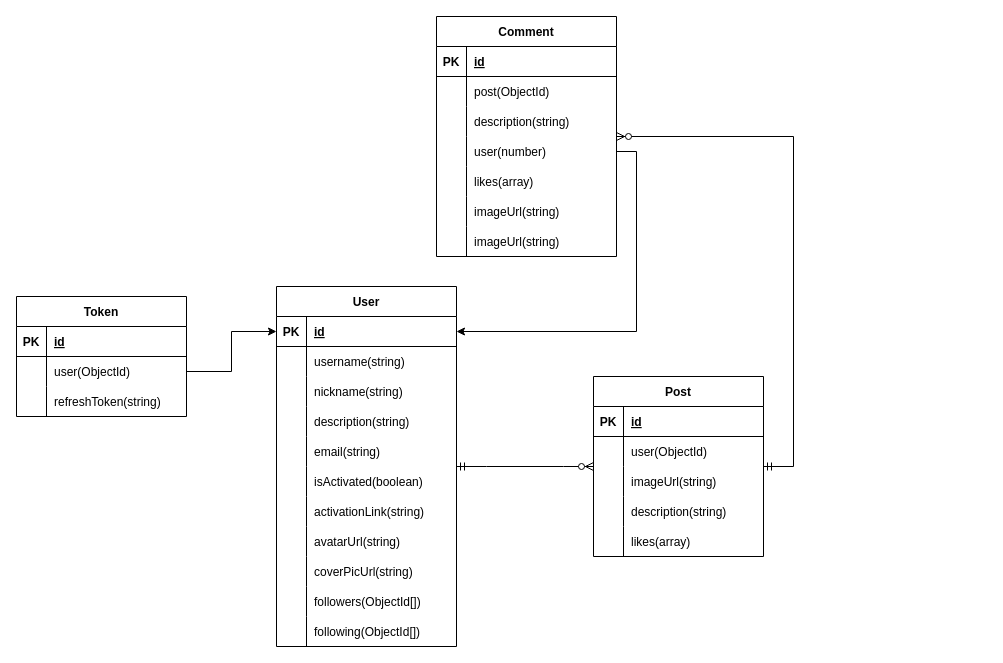
The draw.io diagram Untitled Diagram.drawio in TomiokaGiyuuu/youme, before the edit. Source tidied: cells renumbered, new cells numbered last; positions are measured from the earlier drawing's top-left corner, leaving out a move shared by most shapes. Both pictures are drawn from the tidied source at 100%, with x=0, y=0 at pixel (16, 16).
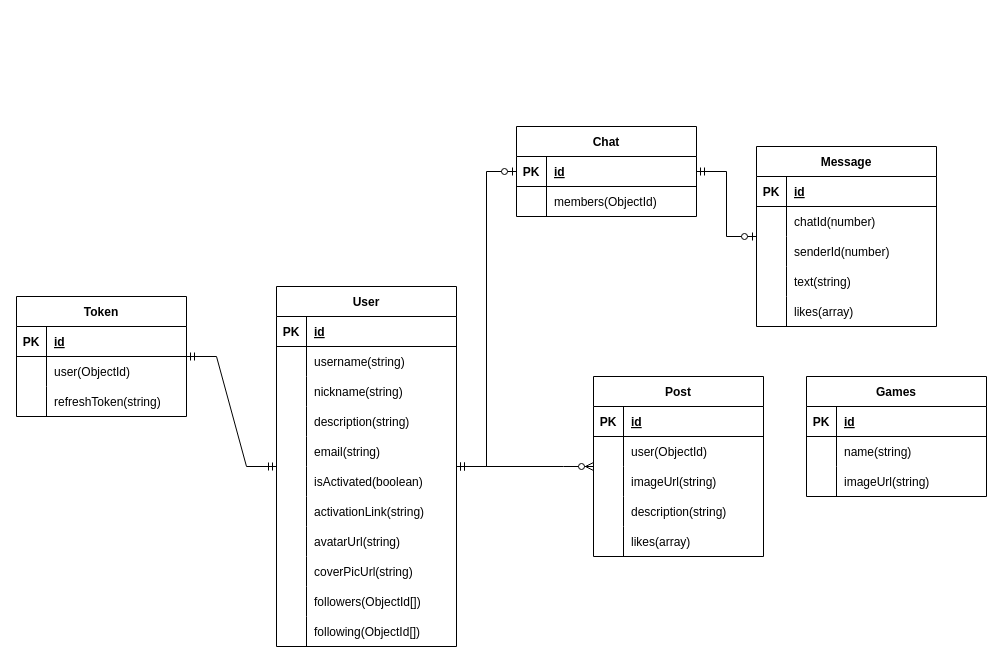
The same page after the edit.

Unchanged cells that the change refers to:
```xml
<mxCell id="2" value="User" style="shape=table;startSize=30;childLayout=tableLayout;rowLines=0;fontStyle=1;align=center;" parent="1" vertex="1">
  <mxGeometry x="260" y="270" width="180" height="360" as="geometry" />
</mxCell>
<mxCell id="3" style="shape=tableRow;horizontal=0;startSize=0;swimlaneHead=0;swimlaneBody=0;fillColor=none;points=[[0,0.5],[1,0.5]];portConstraint=eastwest;top=0;left=0;right=0;bottom=1;" parent="2" vertex="1">
  <mxGeometry y="30" width="180" height="30" as="geometry" />
</mxCell>
<mxCell id="36" value="Token" style="shape=table;startSize=30;childLayout=tableLayout;rowLines=0;fontStyle=1;align=center;" parent="1" vertex="1">
  <mxGeometry y="280" width="170" height="120" as="geometry" />
</mxCell>
<mxCell id="40" style="shape=tableRow;horizontal=0;startSize=0;swimlaneHead=0;swimlaneBody=0;fillColor=none;points=[[0,0.5],[1,0.5]];portConstraint=eastwest;top=0;left=0;right=0;bottom=0;" parent="36" vertex="1">
  <mxGeometry y="60" width="170" height="30" as="geometry" />
</mxCell>
<mxCell id="46" value="Post" style="shape=table;startSize=30;childLayout=tableLayout;rowLines=0;fontStyle=1;align=center;" parent="1" vertex="1">
  <mxGeometry x="577" y="360" width="170" height="180" as="geometry" />
</mxCell>
<mxCell id="66" style="shape=tableRow;horizontal=0;startSize=0;swimlaneHead=0;swimlaneBody=0;fillColor=none;top=0;left=0;right=0;bottom=0;" parent="62" vertex="1">
  <mxGeometry y="60" width="180" height="30" as="geometry" />
</mxCell>
```

Change to the diagram source:
```diff
@@
-    <mxCell id="62" value="Comment" style="shape=table;startSize=30;childLayout=tableLayout;rowLines=0;fontStyle=1;align=center;" parent="1" vertex="1">
-      <mxGeometry x="420" width="180" height="240" as="geometry" />
+    <mxCell id="62" value="Chat" style="shape=table;startSize=30;childLayout=tableLayout;rowLines=0;fontStyle=1;align=center;" parent="1" vertex="1">
+      <mxGeometry x="500" y="110" width="180" height="90" as="geometry" />
     </mxCell>
@@
-    <mxCell id="68" value="post(ObjectId)" style="shape=partialRectangle;fillColor=none;top=0;left=0;bottom=0;right=0;align=left;spacingLeft=6;overflow=hidden;" parent="66" vertex="1">
+    <mxCell id="68" value="members(ObjectId)" style="shape=partialRectangle;fillColor=none;top=0;left=0;bottom=0;right=0;align=left;spacingLeft=6;overflow=hidden;" parent="66" vertex="1">
       <mxGeometry x="30" width="150" height="30" as="geometry" />
     </mxCell>
-    <mxCell id="69" style="shape=tableRow;horizontal=0;startSize=0;swimlaneHead=0;swimlaneBody=0;fillColor=none;top=0;left=0;right=0;bottom=0;" parent="62" vertex="1">
-      <mxGeometry y="90" width="180" height="30" as="geometry" />
-    </mxCell>
-    <mxCell id="70" style="shape=partialRectangle;fillColor=none;top=0;left=0;bottom=0;right=0;overflow=hidden;" parent="69" vertex="1">
-      <mxGeometry width="30" height="30" as="geometry" />
-    </mxCell>
-    <mxCell id="71" value="description(string)" style="shape=partialRectangle;fillColor=none;top=0;left=0;bottom=0;right=0;align=left;spacingLeft=6;overflow=hidden;" parent="69" vertex="1">
-      <mxGeometry x="30" width="150" height="30" as="geometry" />
-    </mxCell>
+    <mxCell id="84" style="edgeStyle=entityRelationEdgeStyle;fontSize=12;html=1;endArrow=ERzeroToMany;startArrow=ERmandOne;rounded=0;" parent="1" edge="1" source="2" target="46">
+      <mxGeometry relative="1" as="geometry" />
+    </mxCell>
+    <mxCell id="88" value="Message" style="shape=table;startSize=30;childLayout=tableLayout;rowLines=0;fontStyle=1;align=center;" parent="1" vertex="1">
+      <mxGeometry x="740" y="130" width="180" height="180" as="geometry" />
+    </mxCell>
+    <mxCell id="89" style="shape=tableRow;horizontal=0;startSize=0;swimlaneHead=0;swimlaneBody=0;fillColor=none;top=0;left=0;right=0;bottom=1;" parent="88" vertex="1">
+      <mxGeometry y="30" width="180" height="30" as="geometry" />
+    </mxCell>
+    <mxCell id="90" value="PK" style="shape=partialRectangle;fillColor=none;top=0;left=0;bottom=0;right=0;fontStyle=1;overflow=hidden;" parent="89" vertex="1">
+      <mxGeometry width="30" height="30" as="geometry" />
+    </mxCell>
+    <mxCell id="91" value="id" style="shape=partialRectangle;fillColor=none;top=0;left=0;bottom=0;right=0;align=left;spacingLeft=6;fontStyle=5;overflow=hidden;" parent="89" vertex="1">
+      <mxGeometry x="30" width="150" height="30" as="geometry" />
+    </mxCell>
+    <mxCell id="92" style="shape=tableRow;horizontal=0;startSize=0;swimlaneHead=0;swimlaneBody=0;fillColor=none;top=0;left=0;right=0;bottom=0;" parent="88" vertex="1">
+      <mxGeometry y="60" width="180" height="30" as="geometry" />
+    </mxCell>
+    <mxCell id="93" style="shape=partialRectangle;fillColor=none;top=0;left=0;bottom=0;right=0;overflow=hidden;" parent="92" vertex="1">
+      <mxGeometry width="30" height="30" as="geometry" />
+    </mxCell>
+    <mxCell id="94" value="chatId(number)" style="shape=partialRectangle;fillColor=none;top=0;left=0;bottom=0;right=0;align=left;spacingLeft=6;overflow=hidden;" parent="92" vertex="1">
+      <mxGeometry x="30" width="150" height="30" as="geometry" />
+    </mxCell>
+    <mxCell id="95" style="shape=tableRow;horizontal=0;startSize=0;swimlaneHead=0;swimlaneBody=0;fillColor=none;top=0;left=0;right=0;bottom=0;" parent="88" vertex="1">
+      <mxGeometry y="90" width="180" height="30" as="geometry" />
+    </mxCell>
+    <mxCell id="96" style="shape=partialRectangle;fillColor=none;top=0;left=0;bottom=0;right=0;overflow=hidden;" parent="95" vertex="1">
+      <mxGeometry width="30" height="30" as="geometry" />
+    </mxCell>
+    <mxCell id="97" value="senderId(number)" style="shape=partialRectangle;fillColor=none;top=0;left=0;bottom=0;right=0;align=left;spacingLeft=6;overflow=hidden;" parent="95" vertex="1">
+      <mxGeometry x="30" width="150" height="30" as="geometry" />
+    </mxCell>
-    <mxCell id="72" style="shape=tableRow;horizontal=0;startSize=0;swimlaneHead=0;swimlaneBody=0;fillColor=none;points=[[0,0.5],[1,0.5]];portConstraint=eastwest;top=0;left=0;right=0;bottom=0;" parent="62" vertex="1">
+    <mxCell id="72" style="shape=tableRow;horizontal=0;startSize=0;swimlaneHead=0;swimlaneBody=0;fillColor=none;points=[[0,0.5],[1,0.5]];portConstraint=eastwest;top=0;left=0;right=0;bottom=0;" parent="88" vertex="1">
       <mxGeometry y="120" width="180" height="30" as="geometry" />
     </mxCell>
-    <mxCell id="73" style="shape=partialRectangle;fillColor=none;top=0;left=0;bottom=0;right=0;overflow=hidden;" parent="72" vertex="1">
-      <mxGeometry width="30" height="30" as="geometry" />
-    </mxCell>
-    <mxCell id="74" value="user(number)" style="shape=partialRectangle;fillColor=none;top=0;left=0;bottom=0;right=0;align=left;spacingLeft=6;overflow=hidden;" parent="72" vertex="1">
-      <mxGeometry x="30" width="150" height="30" as="geometry" />
-    </mxCell>
+    <mxCell id="98" style="shape=partialRectangle;fillColor=none;top=0;left=0;bottom=0;right=0;overflow=hidden;" parent="72" vertex="1">
+      <mxGeometry width="30" height="30" as="geometry" />
+    </mxCell>
+    <mxCell id="99" value="text(string)" style="shape=partialRectangle;fillColor=none;top=0;left=0;bottom=0;right=0;align=left;spacingLeft=6;overflow=hidden;" parent="72" vertex="1">
+      <mxGeometry x="30" width="150" height="30" as="geometry" />
+    </mxCell>
-    <mxCell id="75" style="shape=tableRow;horizontal=0;startSize=0;swimlaneHead=0;swimlaneBody=0;fillColor=none;top=0;left=0;right=0;bottom=0;" parent="62" vertex="1">
+    <mxCell id="75" style="shape=tableRow;horizontal=0;startSize=0;swimlaneHead=0;swimlaneBody=0;fillColor=none;top=0;left=0;right=0;bottom=0;" parent="88" vertex="1">
       <mxGeometry y="150" width="180" height="30" as="geometry" />
     </mxCell>
-    <mxCell id="76" style="shape=partialRectangle;fillColor=none;top=0;left=0;bottom=0;right=0;overflow=hidden;" parent="75" vertex="1">
-      <mxGeometry width="30" height="30" as="geometry" />
-    </mxCell>
+    <mxCell id="100" style="shape=partialRectangle;fillColor=none;top=0;left=0;bottom=0;right=0;overflow=hidden;" parent="75" vertex="1">
+      <mxGeometry width="30" height="30" as="geometry" />
+    </mxCell>
@@
-    <mxCell id="78" style="shape=tableRow;horizontal=0;startSize=0;swimlaneHead=0;swimlaneBody=0;fillColor=none;top=0;left=0;right=0;bottom=0;" parent="62" vertex="1">
-      <mxGeometry y="180" width="180" height="30" as="geometry" />
-    </mxCell>
-    <mxCell id="79" style="shape=partialRectangle;fillColor=none;top=0;left=0;bottom=0;right=0;overflow=hidden;" parent="78" vertex="1">
-      <mxGeometry width="30" height="30" as="geometry" />
-    </mxCell>
-    <mxCell id="80" value="imageUrl(string)" style="shape=partialRectangle;fillColor=none;top=0;left=0;bottom=0;right=0;align=left;spacingLeft=6;overflow=hidden;" parent="78" vertex="1">
-      <mxGeometry x="30" width="150" height="30" as="geometry" />
-    </mxCell>
-    <mxCell id="81" style="shape=tableRow;horizontal=0;startSize=0;swimlaneHead=0;swimlaneBody=0;fillColor=none;top=0;left=0;right=0;bottom=0;" parent="62" vertex="1">
-      <mxGeometry y="210" width="180" height="30" as="geometry" />
-    </mxCell>
-    <mxCell id="82" style="shape=partialRectangle;fillColor=none;top=0;left=0;bottom=0;right=0;overflow=hidden;" parent="81" vertex="1">
-      <mxGeometry width="30" height="30" as="geometry" />
-    </mxCell>
-    <mxCell id="83" value="imageUrl(string)" style="shape=partialRectangle;fillColor=none;top=0;left=0;bottom=0;right=0;align=left;spacingLeft=6;overflow=hidden;" parent="81" vertex="1">
-      <mxGeometry x="30" width="150" height="30" as="geometry" />
-    </mxCell>
-    <mxCell id="84" style="edgeStyle=entityRelationEdgeStyle;fontSize=12;html=1;endArrow=ERzeroToMany;startArrow=ERmandOne;rounded=0;" parent="1" edge="1" source="2" target="46">
-      <mxGeometry relative="1" as="geometry" />
-    </mxCell>
-    <mxCell id="85" style="edgeStyle=entityRelationEdgeStyle;fontSize=12;html=1;endArrow=ERzeroToMany;startArrow=ERmandOne;rounded=0;" parent="1" edge="1" source="46" target="62">
-      <mxGeometry relative="1" as="geometry" />
-    </mxCell>
-    <mxCell id="86" style="edgeStyle=orthogonalEdgeStyle;rounded=0;jettySize=auto;html=1;exitX=1;exitY=0.5;exitDx=0;exitDy=0;entryX=1;entryY=0.5;entryDx=0;entryDy=0;" parent="1" edge="1" source="72" target="3">
-      <mxGeometry relative="1" as="geometry" />
-    </mxCell>
-    <mxCell id="87" style="edgeStyle=orthogonalEdgeStyle;rounded=0;jettySize=auto;html=1;exitX=1;exitY=0.5;exitDx=0;exitDy=0;" parent="1" edge="1" source="40" target="3">
-      <mxGeometry relative="1" as="geometry" />
-    </mxCell>
+    <mxCell id="101" style="edgeStyle=entityRelationEdgeStyle;fontSize=12;html=1;endArrow=ERzeroToOne;startArrow=ERmandOne;rounded=0;" parent="1" edge="1" source="2" target="62">
+      <mxGeometry relative="1" as="geometry" />
+    </mxCell>
+    <mxCell id="102" style="edgeStyle=entityRelationEdgeStyle;fontSize=12;html=1;endArrow=ERzeroToOne;startArrow=ERmandOne;rounded=0;" parent="1" edge="1" source="62" target="88">
+      <mxGeometry relative="1" as="geometry" />
+    </mxCell>
+    <mxCell id="103" value="Games" style="shape=table;startSize=30;childLayout=tableLayout;rowLines=0;fontStyle=1;align=center;" parent="1" vertex="1">
+      <mxGeometry x="790" y="360" width="180" height="120" as="geometry" />
+    </mxCell>
+    <mxCell id="104" style="shape=tableRow;horizontal=0;startSize=0;swimlaneHead=0;swimlaneBody=0;fillColor=none;top=0;left=0;right=0;bottom=1;" parent="103" vertex="1">
+      <mxGeometry y="30" width="180" height="30" as="geometry" />
+    </mxCell>
+    <mxCell id="105" value="PK" style="shape=partialRectangle;fillColor=none;top=0;left=0;bottom=0;right=0;fontStyle=1;overflow=hidden;" parent="104" vertex="1">
+      <mxGeometry width="30" height="30" as="geometry" />
+    </mxCell>
+    <mxCell id="106" value="id" style="shape=partialRectangle;fillColor=none;top=0;left=0;bottom=0;right=0;align=left;spacingLeft=6;fontStyle=5;overflow=hidden;" parent="104" vertex="1">
+      <mxGeometry x="30" width="150" height="30" as="geometry" />
+    </mxCell>
+    <mxCell id="107" style="shape=tableRow;horizontal=0;startSize=0;swimlaneHead=0;swimlaneBody=0;fillColor=none;top=0;left=0;right=0;bottom=0;" parent="103" vertex="1">
+      <mxGeometry y="60" width="180" height="30" as="geometry" />
+    </mxCell>
+    <mxCell id="108" style="shape=partialRectangle;fillColor=none;top=0;left=0;bottom=0;right=0;overflow=hidden;" parent="107" vertex="1">
+      <mxGeometry width="30" height="30" as="geometry" />
+    </mxCell>
+    <mxCell id="109" value="name(string)" style="shape=partialRectangle;fillColor=none;top=0;left=0;bottom=0;right=0;align=left;spacingLeft=6;overflow=hidden;" parent="107" vertex="1">
+      <mxGeometry x="30" width="150" height="30" as="geometry" />
+    </mxCell>
+    <mxCell id="110" style="shape=tableRow;horizontal=0;startSize=0;swimlaneHead=0;swimlaneBody=0;fillColor=none;top=0;left=0;right=0;bottom=0;" parent="103" vertex="1">
+      <mxGeometry y="90" width="180" height="30" as="geometry" />
+    </mxCell>
+    <mxCell id="111" style="shape=partialRectangle;fillColor=none;top=0;left=0;bottom=0;right=0;overflow=hidden;" parent="110" vertex="1">
+      <mxGeometry width="30" height="30" as="geometry" />
+    </mxCell>
+    <mxCell id="112" value="imageUrl(string)" style="shape=partialRectangle;fillColor=none;top=0;left=0;bottom=0;right=0;align=left;spacingLeft=6;overflow=hidden;" parent="110" vertex="1">
+      <mxGeometry x="30" width="150" height="30" as="geometry" />
+    </mxCell>
+    <mxCell id="113" style="edgeStyle=entityRelationEdgeStyle;fontSize=12;html=1;endArrow=ERmandOne;startArrow=ERmandOne;rounded=0;" parent="1" edge="1" source="2" target="36">
+      <mxGeometry relative="1" as="geometry" />
+    </mxCell>
```
